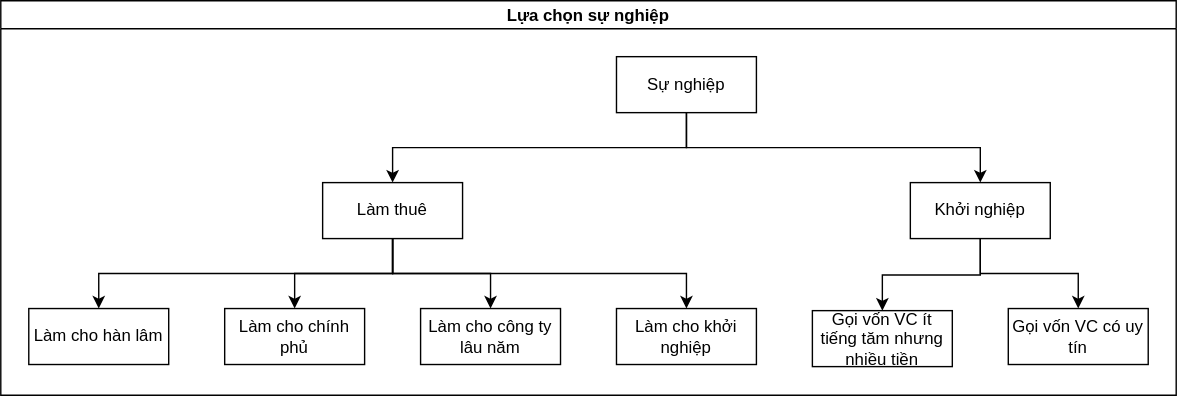
Above: assets/images/careers.svg in wanted2/wanted2.github.io (draw.io), before the change. Source tidied: cells renumbered, new cells last; positions are measured from the earlier drawing's top-left corner, leaving out a move shared by most shapes. Its diagram source:
```xml
<mxGraphModel>
  <root>
    <mxCell id="0" />
    <mxCell id="1" parent="0" />
    <mxCell id="2" value="Lựa chọn sự nghiệp" style="swimlane;startSize=20;horizontal=1;horizontalTree=0;containerType=tree;" parent="1" vertex="1">
      <mxGeometry width="840" height="282" as="geometry" />
    </mxCell>
    <mxCell id="3" value="Sự nghiệp" style="whiteSpace=wrap;html=1;" parent="2" vertex="1">
      <mxGeometry x="440" y="40" width="100" height="40" as="geometry" />
    </mxCell>
    <mxCell id="4" value="Làm thuê" style="whiteSpace=wrap;html=1;" parent="2" vertex="1">
      <mxGeometry x="230" y="130" width="100" height="40" as="geometry" />
    </mxCell>
    <mxCell id="5" style="edgeStyle=elbowEdgeStyle;elbow=vertical;html=1;rounded=0;" parent="2" edge="1" source="3" target="4">
      <mxGeometry relative="1" as="geometry" />
    </mxCell>
    <mxCell id="6" value="Khởi nghiệp" style="whiteSpace=wrap;html=1;" parent="2" vertex="1">
      <mxGeometry x="650" y="130" width="100" height="40" as="geometry" />
    </mxCell>
    <mxCell id="7" style="edgeStyle=elbowEdgeStyle;elbow=vertical;html=1;rounded=0;" parent="2" edge="1" source="3" target="6">
      <mxGeometry relative="1" as="geometry" />
    </mxCell>
    <mxCell id="8" style="edgeStyle=elbowEdgeStyle;elbow=vertical;html=1;rounded=0;" parent="2" edge="1" source="4" target="9">
      <mxGeometry relative="1" as="geometry" />
    </mxCell>
    <mxCell id="9" value="Làm cho hàn lâm" style="whiteSpace=wrap;html=1;" parent="2" vertex="1">
      <mxGeometry x="20" y="220" width="100" height="40" as="geometry" />
    </mxCell>
    <mxCell id="10" style="edgeStyle=elbowEdgeStyle;elbow=vertical;html=1;rounded=0;" parent="2" edge="1" source="4" target="11">
      <mxGeometry relative="1" as="geometry" />
    </mxCell>
    <mxCell id="11" value="Làm cho chính phủ" style="whiteSpace=wrap;html=1;" parent="2" vertex="1">
      <mxGeometry x="160" y="220" width="100" height="40" as="geometry" />
    </mxCell>
    <mxCell id="12" style="edgeStyle=elbowEdgeStyle;elbow=vertical;html=1;rounded=0;" parent="2" edge="1" source="4" target="13">
      <mxGeometry relative="1" as="geometry" />
    </mxCell>
    <mxCell id="13" value="Làm cho công ty lâu năm" style="whiteSpace=wrap;html=1;" parent="2" vertex="1">
      <mxGeometry x="300" y="220" width="100" height="40" as="geometry" />
    </mxCell>
    <mxCell id="14" style="edgeStyle=elbowEdgeStyle;elbow=vertical;html=1;rounded=0;" parent="2" edge="1" source="4" target="15">
      <mxGeometry relative="1" as="geometry" />
    </mxCell>
    <mxCell id="15" value="Làm cho khởi nghiệp" style="whiteSpace=wrap;html=1;" parent="2" vertex="1">
      <mxGeometry x="440" y="220" width="100" height="40" as="geometry" />
    </mxCell>
    <mxCell id="16" style="edgeStyle=elbowEdgeStyle;elbow=vertical;html=1;rounded=0;" parent="2" edge="1" source="6" target="17">
      <mxGeometry relative="1" as="geometry" />
    </mxCell>
    <mxCell id="17" value="Gọi vốn VC ít tiếng tăm nhưng nhiều tiền" style="whiteSpace=wrap;html=1;" parent="2" vertex="1">
      <mxGeometry x="580" y="221.5" width="100" height="40" as="geometry" />
    </mxCell>
    <mxCell id="18" style="edgeStyle=elbowEdgeStyle;elbow=vertical;html=1;rounded=0;" parent="2" edge="1" source="6" target="19">
      <mxGeometry relative="1" as="geometry" />
    </mxCell>
    <mxCell id="19" value="Gọi vốn VC có uy tín" style="whiteSpace=wrap;html=1;" parent="2" vertex="1">
      <mxGeometry x="720" y="220" width="100" height="40" as="geometry" />
    </mxCell>
  </root>
</mxGraphModel>
```
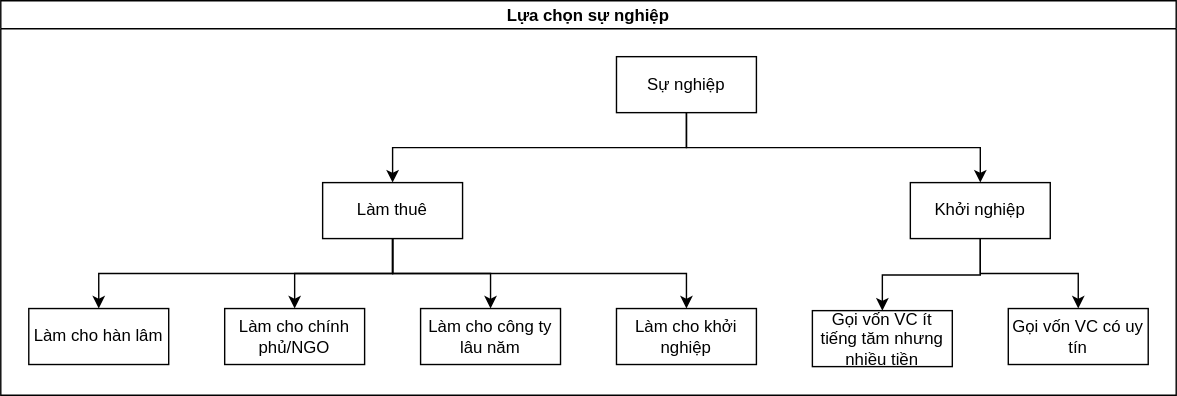
Later version of the same file.

What changed in the source:
```diff
@@ -29,7 +29,7 @@
     <mxCell id="10" style="edgeStyle=elbowEdgeStyle;elbow=vertical;html=1;rounded=0;" parent="2" edge="1" source="4" target="11">
       <mxGeometry relative="1" as="geometry" />
     </mxCell>
-    <mxCell id="11" value="Làm cho chính phủ" style="whiteSpace=wrap;html=1;" parent="2" vertex="1">
+    <mxCell id="11" value="Làm cho chính phủ/NGO" style="whiteSpace=wrap;html=1;" parent="2" vertex="1">
       <mxGeometry x="160" y="220" width="100" height="40" as="geometry" />
     </mxCell>
     <mxCell id="12" style="edgeStyle=elbowEdgeStyle;elbow=vertical;html=1;rounded=0;" parent="2" edge="1" source="4" target="13">
```
